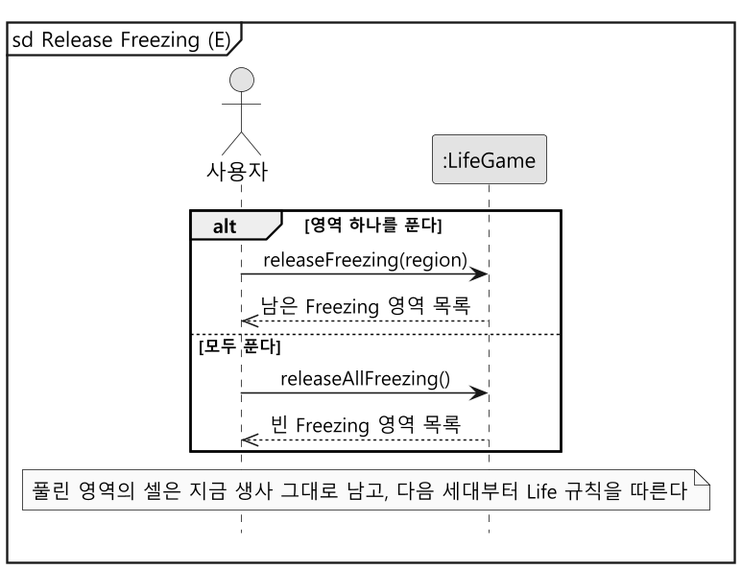
This is docs/freezing/diagram/ssd-release.png from mckimR1972/DP_team_project, a PlantUML export, as it was before one commit.
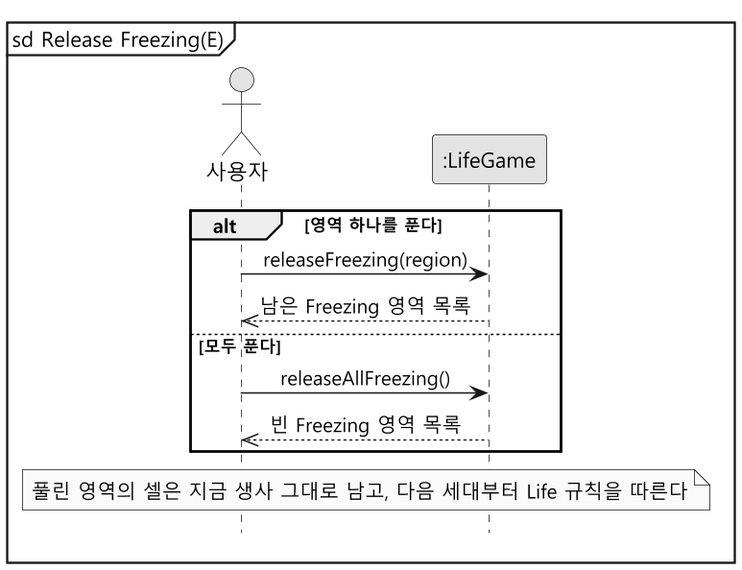
The same file after the commit.

Diff of the diagram source:
```diff
@@ -5,7 +5,7 @@
 skinparam defaultFontName "Malgun Gothic"
 skinparam sequenceMessageAlign center
 hide footbox
-mainframe sd Release Freezing (E)
+mainframe sd Release Freezing(E)
 
 actor "사용자" as User
 participant ":LifeGame" as System
```
